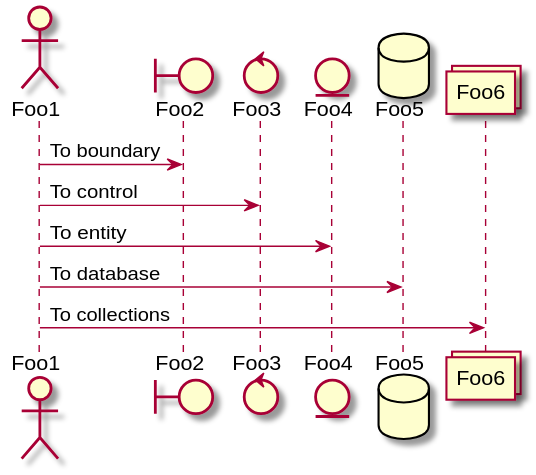
The PlantUML diagram example/md-sample-sequence.svg in grassedge/generate-plantuml-action, before a commit. The source it was exported from:
```plantuml
@startuml
actor Foo1
boundary Foo2
control Foo3
entity Foo4
database Foo5
collections Foo6
Foo1 -> Foo2 : To boundary
Foo1 -> Foo3 : To control
Foo1 -> Foo4 : To entity
Foo1 -> Foo5 : To database
Foo1 -> Foo6 : To collections
@enduml
```
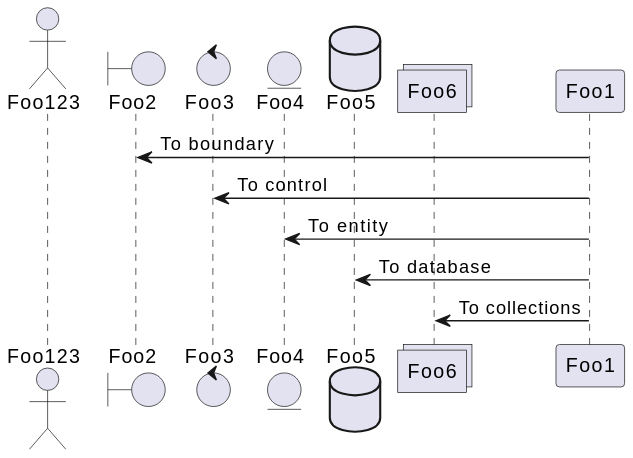
Above is the later version.

Change to the diagram source:
```diff
@@ -1,5 +1,5 @@
 @startuml
-actor Foo1
+actor Foo123
 boundary Foo2
 control Foo3
 entity Foo4
```
